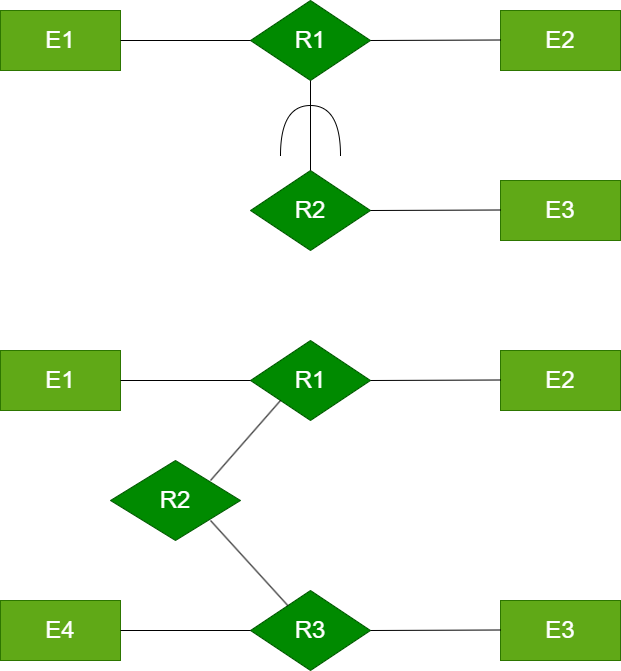
Above: Mối Kết Mở Rộng.png in datnham0212/learning (draw.io), before the change. Source tidied: cells renumbered, new cells last; positions are measured from the earlier drawing's top-left corner, leaving out a move shared by most shapes.
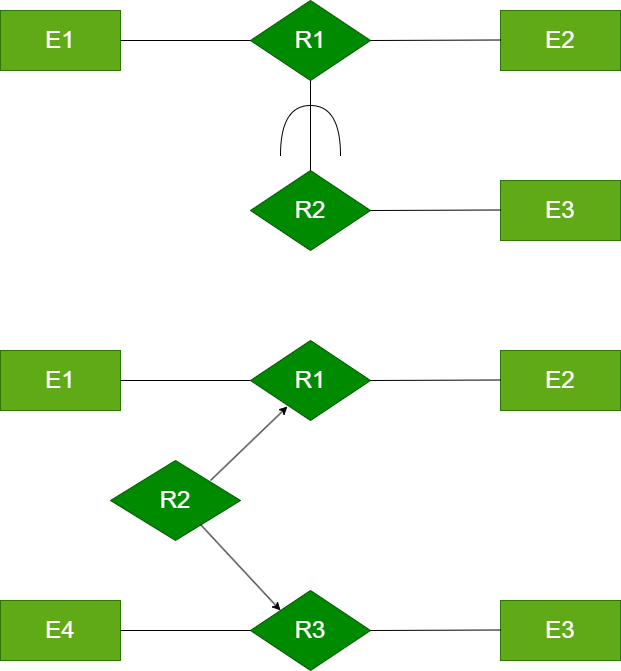
After the commit.

Change to the diagram source:
```diff
@@ -83,15 +83,15 @@
     <mxCell id="22" value="R2" style="rhombus;whiteSpace=wrap;html=1;fontSize=24;fillColor=#008a00;fontColor=#ffffff;strokeColor=#005700;" parent="1" vertex="1">
       <mxGeometry x="110" y="460" width="130" height="80" as="geometry" />
     </mxCell>
-    <mxCell id="23" style="endArrow=none;html=1;rounded=0;entryX=0;entryY=1;entryDx=0;entryDy=0;fontSize=24;" parent="1" edge="1" target="14">
-      <mxGeometry relative="1" as="geometry">
-        <mxPoint x="210" y="480" as="sourcePoint" />
-      </mxGeometry>
-    </mxCell>
-    <mxCell id="24" style="endArrow=none;html=1;rounded=0;fontSize=24;" parent="1" edge="1" source="19">
-      <mxGeometry relative="1" as="geometry">
-        <mxPoint x="210" y="520" as="targetPoint" />
-      </mxGeometry>
-    </mxCell>
+    <mxCell id="25" style="endArrow=classic;html=1;rounded=0;entryX=0.308;entryY=0.825;entryDx=0;entryDy=0;entryPerimeter=0;" parent="1" edge="1" target="14">
+      <mxGeometry relative="1" as="geometry">
+        <mxPoint x="210" y="480" as="sourcePoint" />
+      </mxGeometry>
+    </mxCell>
+    <mxCell id="26" style="endArrow=classic;html=1;rounded=0;entryX=0;entryY=0;entryDx=0;entryDy=0;" parent="1" edge="1" target="19">
+      <mxGeometry relative="1" as="geometry">
+        <mxPoint x="200" y="524" as="sourcePoint" />
+      </mxGeometry>
+    </mxCell>
   </root>
 </mxGraphModel>
```
